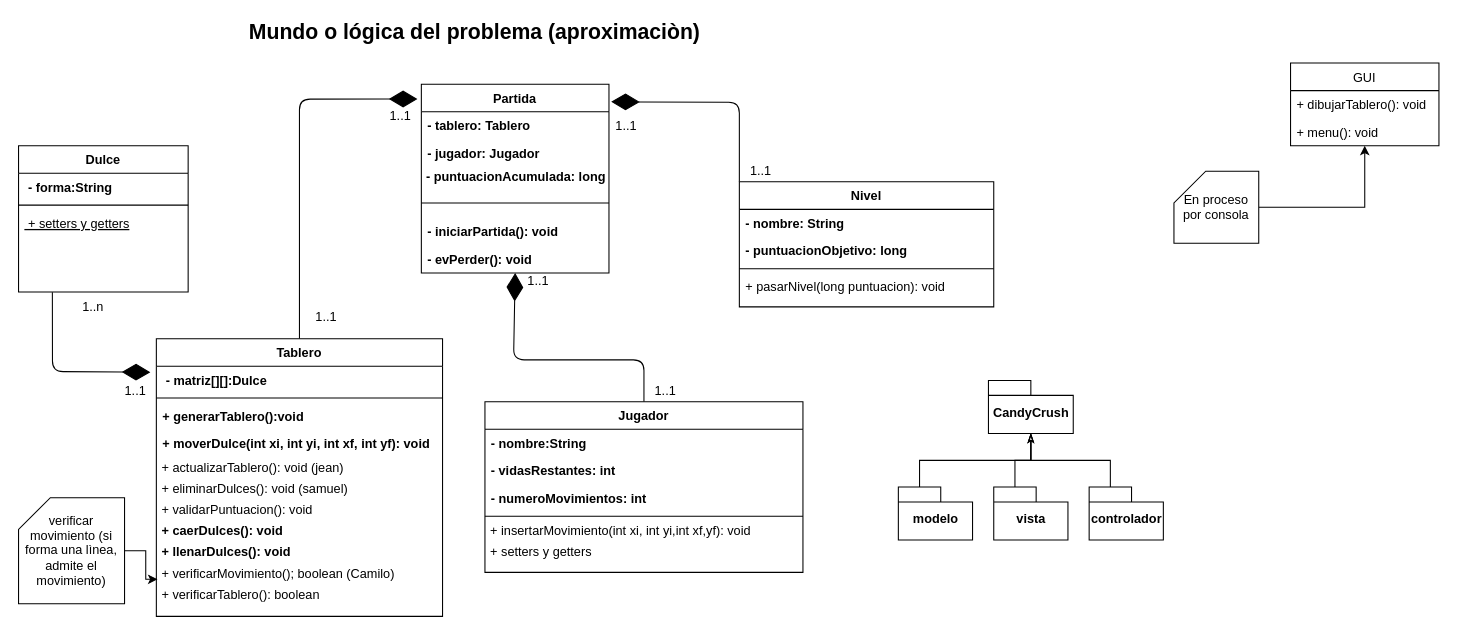
The draw.io diagram Model/CandyCrush.drawio in JeanCarlos911/candy-crush, before the edit. Source tidied: cells renumbered, new cells numbered last; positions are measured from the earlier drawing's top-left corner, leaving out a move shared by most shapes. Both pictures are drawn from the tidied source at 106%, with x=0, y=0 at pixel (18, 20).
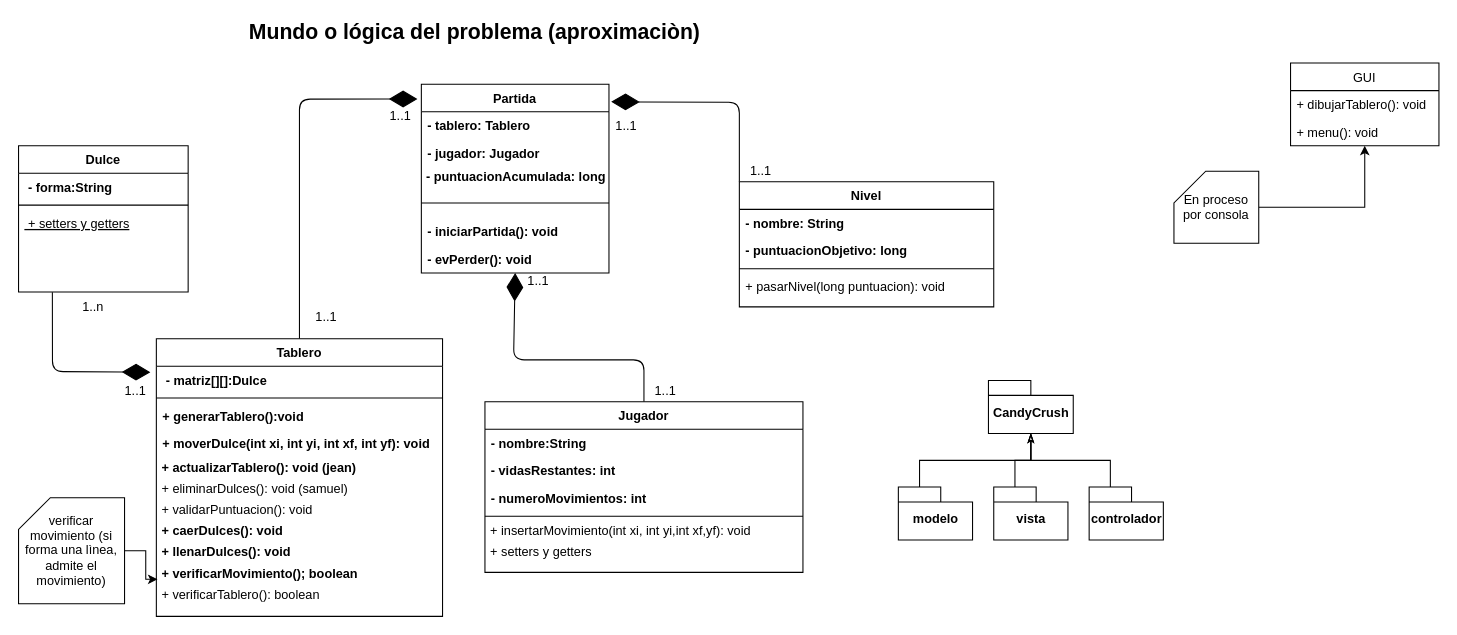
After the change.

The change refers to these unchanged cells:
```xml
<mxCell id="24" value="Tablero&#10;" style="swimlane;fontStyle=1;align=center;verticalAlign=top;horizontal=1;startSize=26;rounded=0;shadow=0;strokeWidth=1;" parent="1" vertex="1">
  <mxGeometry x="130" y="300" width="270" height="262" as="geometry" />
</mxCell>
```

Diff of the diagram source:
```diff
@@
-    <mxCell id="29" value="&amp;nbsp;+ actualizarTablero(): void (jean)" style="text;html=1;align=left;verticalAlign=middle;" parent="24" vertex="1">
+    <mxCell id="29" value="&lt;b&gt;&amp;nbsp;+ actualizarTablero(): void (jean)&lt;/b&gt;" style="text;html=1;align=left;verticalAlign=middle;" parent="24" vertex="1">
       <mxGeometry y="112" width="270" height="20" as="geometry" />
     </mxCell>
@@
-    <mxCell id="34" value="&amp;nbsp;+ verificarMovimiento(); boolean (Camilo)" style="text;html=1;align=left;verticalAlign=middle;points=[];" parent="24" vertex="1">
+    <mxCell id="34" value="&lt;b&gt;&amp;nbsp;+ verificarMovimiento(); boolean&amp;nbsp;&lt;/b&gt;" style="text;html=1;align=left;verticalAlign=middle;points=[];" parent="24" vertex="1">
       <mxGeometry y="212" width="270" height="20" as="geometry" />
     </mxCell>
```
